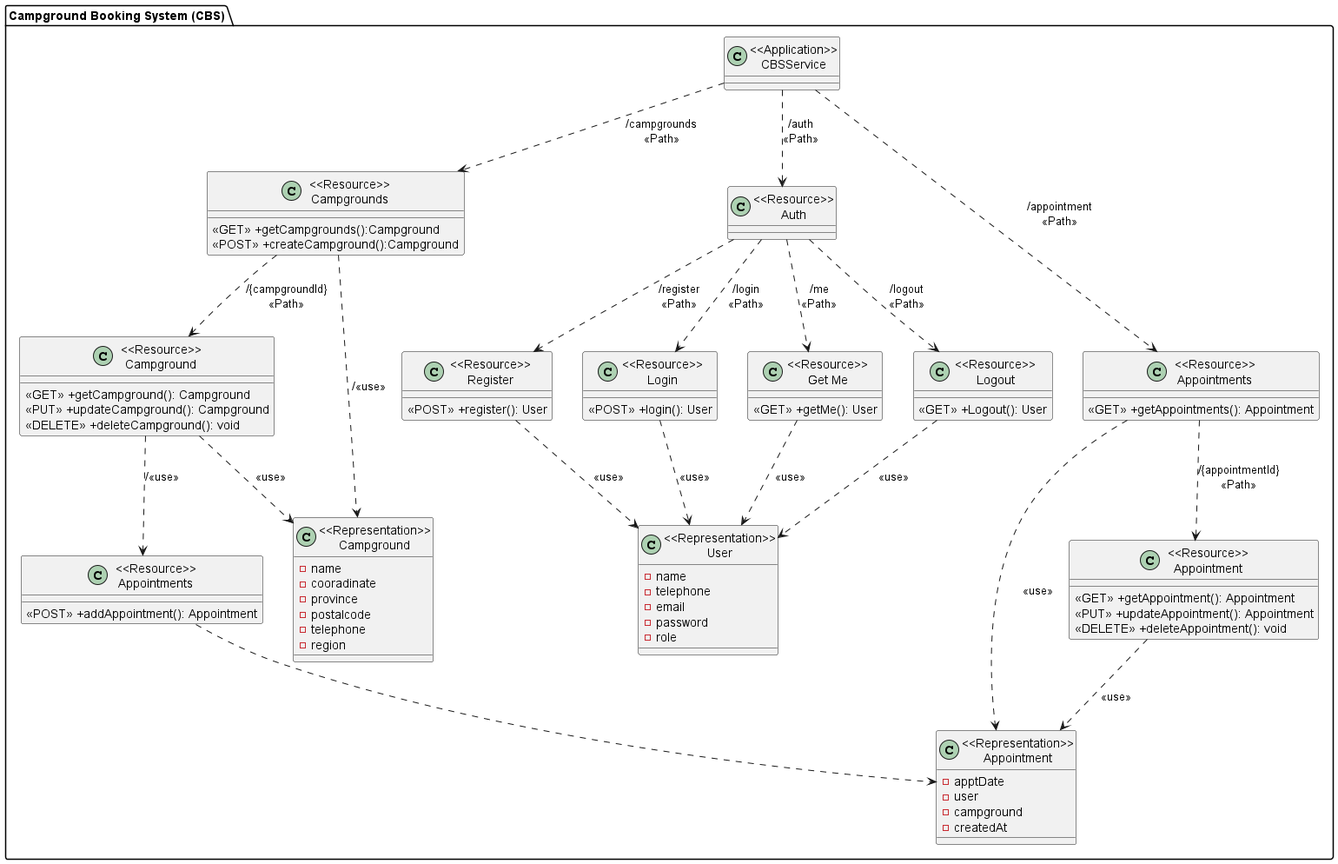
The PlantUML diagram diagram/Class diagram/Campground Booking System (CBS).png in FaiiFaiipuipui/CEDT_Y1T2_backend-campgroundbooking, before a commit.
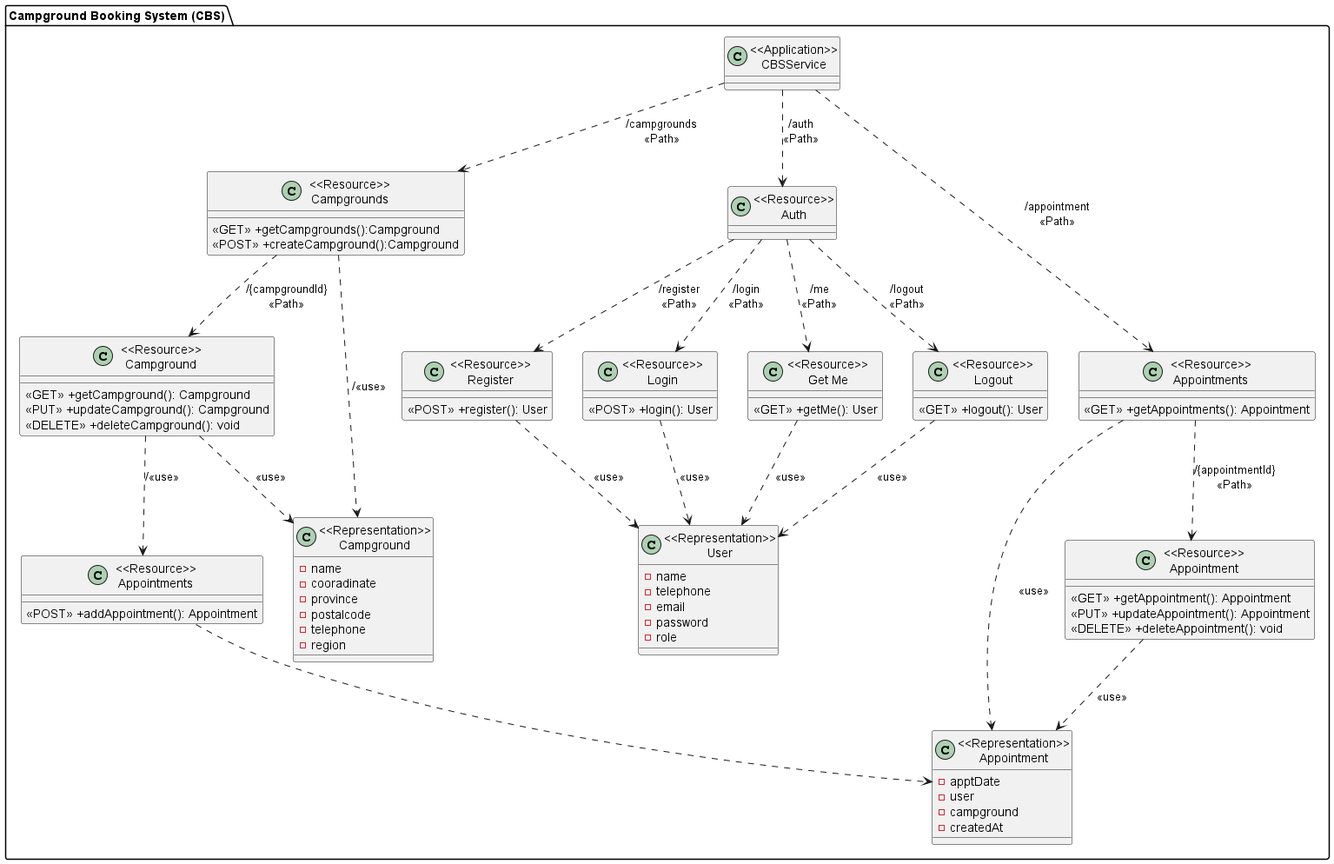
The same diagram one commit later.

Commit message:
Modify class diagram

The edit, as a diff of the source:
```diff
@@ -39,7 +39,7 @@
         <<GET>> +getMe(): User
     }
     class "<<Resource>>\nLogout" as LogoutService {
-        <<GET>> +Logout(): User
+        <<GET>> +logout(): User
     }
 
     class "<<Representation>>\nUser" as RepresentationUser {
```
